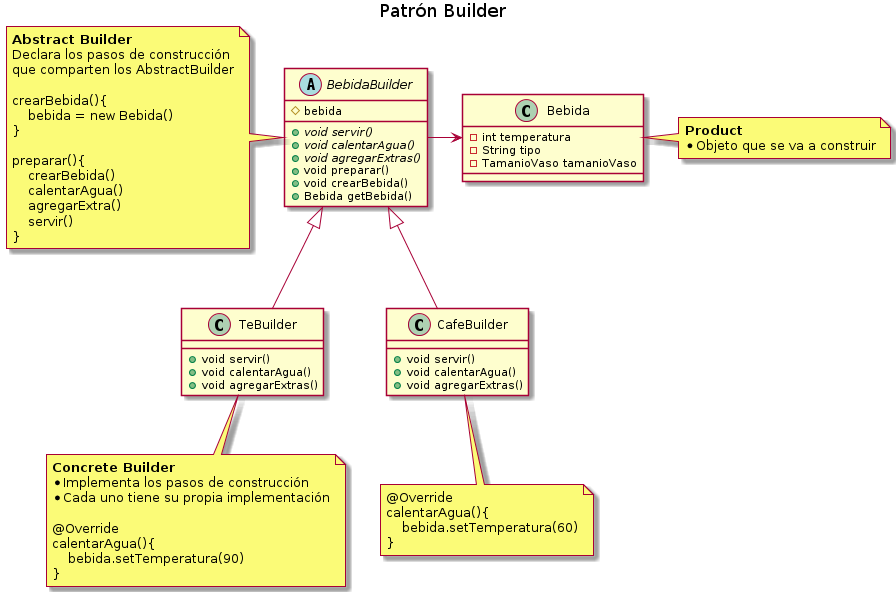
Above: practica/patrones-de-diseño/diagramas-de-clases/builder-bebida.png in manu-utn/bitacora-diseno-de-sistemas (PlantUML), before the change.
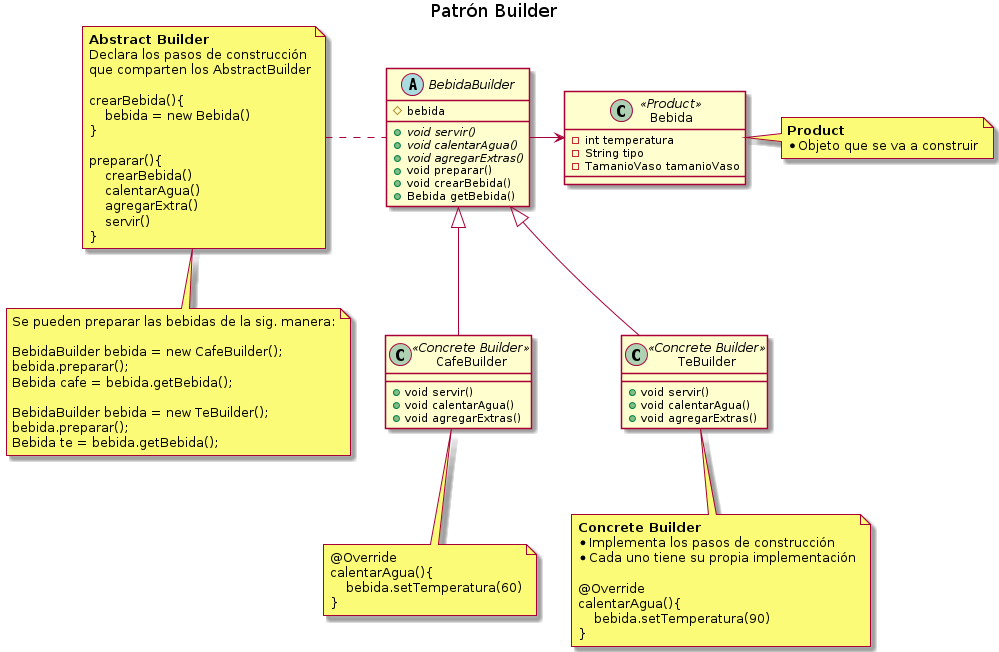
The same diagram one commit later.

Commit message:
Practica - Diagramas de clases

Change to the diagram source:
```diff
@@ -12,19 +12,19 @@
     +Bebida getBebida()
 }
 
-class CafeBuilder{
+class CafeBuilder <<Concrete Builder>>{
     +void servir()
     +void calentarAgua()
     +void agregarExtras()
 }
 
-class TeBuilder{
+class TeBuilder  <<Concrete Builder>>{
     +void servir()
     +void calentarAgua()
     +void agregarExtras()
 }
 
-class Bebida{
+class Bebida <<Product>>{
     -int temperatura
     -String tipo
     -TamanioVaso tamanioVaso
@@ -83,4 +83,16 @@
 N3 .u. TeBuilder
 N4 .l. Bebida
 
+note bottom of N1
+Se pueden preparar las bebidas de la sig. manera:
+
+BebidaBuilder bebida = new CafeBuilder();
+bebida.preparar();
+Bebida cafe = bebida.getBebida();
+
+BebidaBuilder bebida = new TeBuilder();
+bebida.preparar();
+Bebida te = bebida.getBebida();
+end note
+
 @enduml
```
